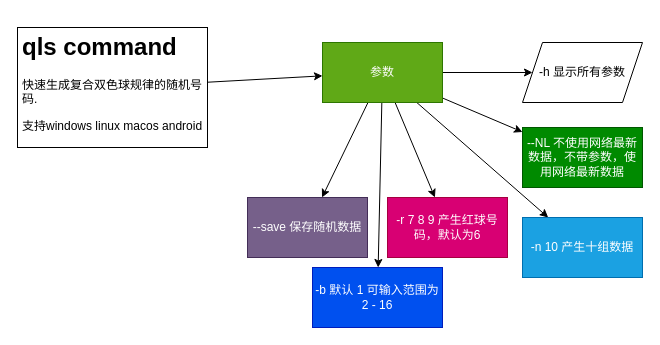
This is minde.drawio from JogFeelingVI/JackpotMaximizer, a draw.io file, before an edit. Source tidied: cells renumbered, new cells numbered last; positions are measured from the earlier drawing's top-left corner, leaving out a move shared by most shapes. Both pictures are drawn from the tidied source at 100%, with x=0, y=0 at pixel (17, 27).
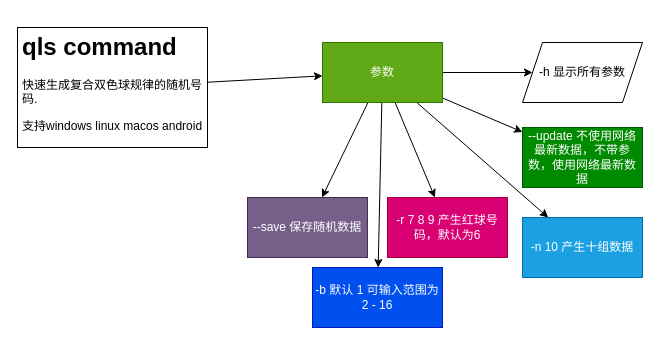
After the change.

What changed in the source:
```diff
@@
 <mxGraphModel>
   <root>
     <mxCell id="0" />
     <mxCell id="1" parent="0" />
     <mxCell id="2" style="edgeStyle=none;html=1;" parent="1" edge="1" source="3" target="10">
       <mxGeometry relative="1" as="geometry" />
     </mxCell>
     <mxCell id="3" value="&lt;h1&gt;qls command&lt;/h1&gt;&lt;p&gt;快速生成复合双色球规律的随机号码.&amp;nbsp;&lt;/p&gt;&lt;p&gt;支持windows linux macos android&lt;/p&gt;" style="text;html=1;spacing=5;spacingTop=-20;whiteSpace=wrap;overflow=hidden;rounded=0;strokeColor=default;" parent="1" vertex="1">
       <mxGeometry width="190" height="120" as="geometry" />
     </mxCell>
     <mxCell id="4" style="edgeStyle=none;html=1;" parent="1" edge="1" source="10" target="11">
       <mxGeometry relative="1" as="geometry" />
     </mxCell>
     <mxCell id="5" style="edgeStyle=none;html=1;" parent="1" edge="1" source="10" target="12">
       <mxGeometry relative="1" as="geometry" />
     </mxCell>
     <mxCell id="6" style="edgeStyle=none;html=1;" parent="1" edge="1" source="10" target="13">
       <mxGeometry relative="1" as="geometry" />
     </mxCell>
     <mxCell id="7" style="edgeStyle=none;html=1;" parent="1" edge="1" source="10" target="14">
       <mxGeometry relative="1" as="geometry" />
     </mxCell>
     <mxCell id="8" style="edgeStyle=none;html=1;" parent="1" edge="1" source="10" target="15">
       <mxGeometry relative="1" as="geometry" />
     </mxCell>
     <mxCell id="9" style="edgeStyle=none;html=1;" parent="1" edge="1" source="10" target="16">
       <mxGeometry relative="1" as="geometry" />
     </mxCell>
     <mxCell id="10" value="参数" style="whiteSpace=wrap;html=1;fillColor=#60a917;fontColor=#ffffff;strokeColor=#2D7600;" parent="1" vertex="1">
       <mxGeometry x="305" y="15" width="120" height="60" as="geometry" />
     </mxCell>
     <mxCell id="11" value="-h 显示所有参数" style="shape=parallelogram;perimeter=parallelogramPerimeter;whiteSpace=wrap;html=1;fixedSize=1;" parent="1" vertex="1">
       <mxGeometry x="505" y="15" width="120" height="60" as="geometry" />
     </mxCell>
-    <mxCell id="12" value="--NL 不使用网络最新数据，不带参数，使用网络最新数据" style="whiteSpace=wrap;html=1;fillColor=#008a00;fontColor=#ffffff;strokeColor=#005700;" parent="1" vertex="1">
+    <mxCell id="12" value="--update 不使用网络最新数据，不带参数，使用网络最新数据" style="whiteSpace=wrap;html=1;fillColor=#008a00;fontColor=#ffffff;strokeColor=#005700;" parent="1" vertex="1">
       <mxGeometry x="505" y="100" width="120" height="60" as="geometry" />
     </mxCell>
     <mxCell id="13" value="-n 10 产生十组数据" style="whiteSpace=wrap;html=1;fillColor=#1ba1e2;fontColor=#ffffff;strokeColor=#006EAF;" parent="1" vertex="1">
       <mxGeometry x="505" y="190" width="120" height="60" as="geometry" />
     </mxCell>
     <mxCell id="14" value="-r 7 8 9 产生红球号码，默认为6" style="whiteSpace=wrap;html=1;fillColor=#d80073;fontColor=#ffffff;strokeColor=#A50040;" parent="1" vertex="1">
       <mxGeometry x="370" y="170" width="120" height="60" as="geometry" />
     </mxCell>
     <mxCell id="15" value="-b 默认 1 可输入范围为 2 - 16" style="whiteSpace=wrap;html=1;fillColor=#0050ef;fontColor=#ffffff;strokeColor=#001DBC;" parent="1" vertex="1">
       <mxGeometry x="295" y="240" width="130" height="60" as="geometry" />
     </mxCell>
     <mxCell id="16" value="--save 保存随机数据" style="whiteSpace=wrap;html=1;fillColor=#76608a;fontColor=#ffffff;strokeColor=#432D57;" parent="1" vertex="1">
       <mxGeometry x="230" y="170" width="120" height="60" as="geometry" />
     </mxCell>
   </root>
 </mxGraphModel>
```
